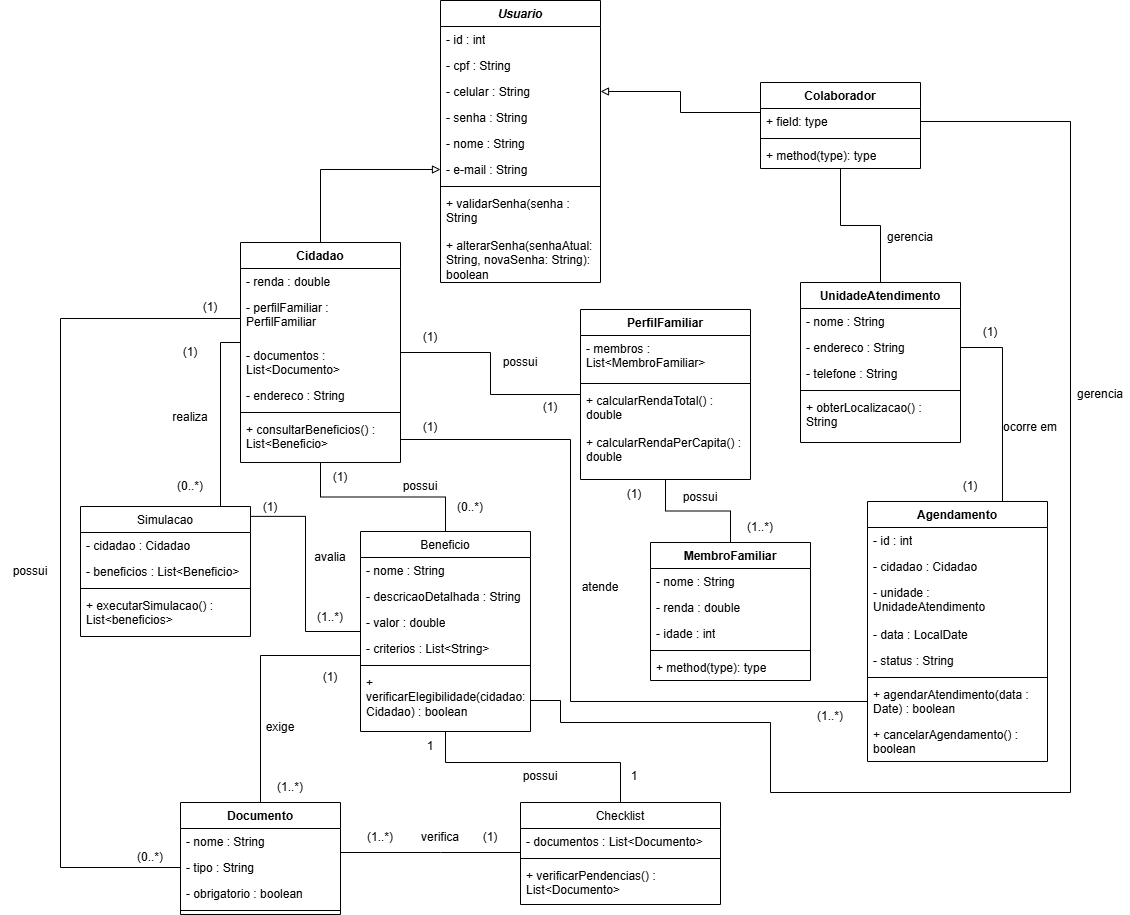
ICEI-PUC-Minas-PMV-SI/pmv-si-2026-1-pe3-t2-guiacidadao keeps this draw.io diagram as docs/imagens/diagramas/diagrama_de_classes.png. Above is the earlier version. Source tidied: cells renumbered, new cells last; positions are measured from the earlier drawing's top-left corner, leaving out a move shared by most shapes.
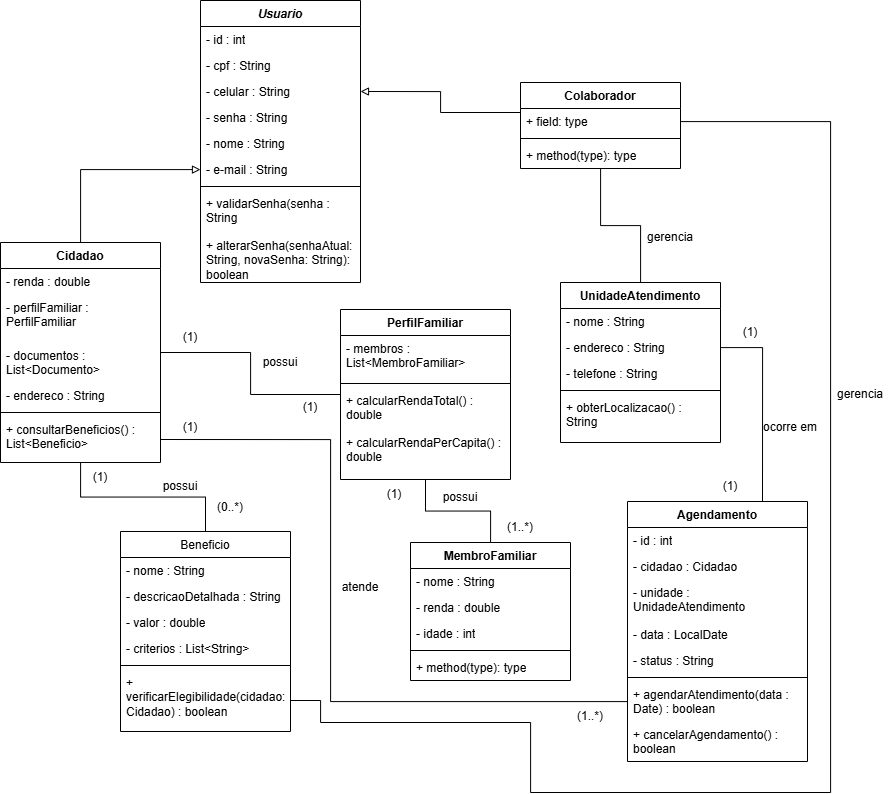
After the change.

Commit message:
docs: atualizar diagrama de classes

The edit, as a diff of the source:
```diff
@@ -32,19 +32,9 @@
     <mxCell id="11" value="+ alterarSenha(senhaAtual: String, novaSenha: String): boolean" style="text;strokeColor=none;fillColor=none;align=left;verticalAlign=top;spacingLeft=4;spacingRight=4;overflow=hidden;whiteSpace=wrap;html=1;" parent="2" vertex="1">
       <mxGeometry y="232" width="160" height="50" as="geometry" />
     </mxCell>
-    <mxCell id="12" style="edgeStyle=orthogonalEdgeStyle;rounded=0;jettySize=auto;html=1;entryX=0.5;entryY=0;entryDx=0;entryDy=0;endArrow=none;endFill=0;" parent="1" edge="1" source="17" target="65">
-      <mxGeometry relative="1" as="geometry">
-        <Array as="points">
-          <mxPoint x="220" y="342" />
-        </Array>
-      </mxGeometry>
-    </mxCell>
     <mxCell id="13" style="edgeStyle=orthogonalEdgeStyle;rounded=0;jettySize=auto;html=1;endArrow=none;endFill=0;" parent="1" edge="1" source="17" target="30">
       <mxGeometry relative="1" as="geometry" />
     </mxCell>
-    <mxCell id="14" style="edgeStyle=orthogonalEdgeStyle;rounded=0;jettySize=auto;html=1;startArrow=none;startFill=0;endArrow=none;endFill=0;exitX=0.997;exitY=0.076;exitDx=0;exitDy=0;exitPerimeter=0;" parent="1" edge="1" source="65" target="42">
-      <mxGeometry relative="1" as="geometry" />
-    </mxCell>
     <mxCell id="15" style="edgeStyle=orthogonalEdgeStyle;rounded=0;jettySize=auto;html=1;endArrow=none;endFill=0;" parent="1" edge="1" source="17" target="42">
       <mxGeometry relative="1" as="geometry" />
     </mxCell>
@@ -128,14 +118,6 @@
     <mxCell id="40" value="+ method(type): type" style="text;strokeColor=none;fillColor=none;align=left;verticalAlign=top;spacingLeft=4;spacingRight=4;overflow=hidden;whiteSpace=wrap;html=1;" parent="35" vertex="1">
       <mxGeometry y="112" width="160" height="26" as="geometry" />
     </mxCell>
-    <mxCell id="41" style="edgeStyle=orthogonalEdgeStyle;rounded=0;jettySize=auto;html=1;endArrow=none;endFill=0;" parent="1" edge="1" source="42" target="55">
-      <mxGeometry relative="1" as="geometry">
-        <Array as="points">
-          <mxPoint x="440" y="655" />
-          <mxPoint x="380" y="655" />
-        </Array>
-      </mxGeometry>
-    </mxCell>
     <mxCell id="42" value="&lt;span style=&quot;font-weight: 400;&quot;&gt;Beneficio&lt;/span&gt;" style="swimlane;fontStyle=1;align=center;verticalAlign=top;horizontal=1;startSize=26;whiteSpace=wrap;html=1;" parent="1" vertex="1">
       <mxGeometry x="360" y="531" width="170" height="200" as="geometry" />
     </mxCell>
@@ -175,56 +157,6 @@
     <mxCell id="54" value="+ obterLocalizacao() : String" style="text;strokeColor=none;fillColor=none;align=left;verticalAlign=top;spacingLeft=4;spacingRight=4;overflow=hidden;whiteSpace=wrap;html=1;" parent="49" vertex="1">
       <mxGeometry y="112" width="160" height="48" as="geometry" />
     </mxCell>
-    <mxCell id="55" value="Documento" style="swimlane;fontStyle=1;align=center;verticalAlign=top;horizontal=1;startSize=26;whiteSpace=wrap;html=1;" parent="1" vertex="1">
-      <mxGeometry x="180" y="802" width="160" height="112" as="geometry" />
-    </mxCell>
-    <mxCell id="56" value="- nome : String" style="text;strokeColor=none;fillColor=none;align=left;verticalAlign=top;spacingLeft=4;spacingRight=4;overflow=hidden;whiteSpace=wrap;html=1;" parent="55" vertex="1">
-      <mxGeometry y="26" width="160" height="26" as="geometry" />
-    </mxCell>
-    <mxCell id="57" value="- tipo : String" style="text;strokeColor=none;fillColor=none;align=left;verticalAlign=top;spacingLeft=4;spacingRight=4;overflow=hidden;points=[[0,0.5],[1,0.5]];portConstraint=eastwest;whiteSpace=wrap;html=1;" parent="55" vertex="1">
-      <mxGeometry y="52" width="160" height="26" as="geometry" />
-    </mxCell>
-    <mxCell id="58" value="- obrigatorio : boolean" style="text;strokeColor=none;fillColor=none;align=left;verticalAlign=top;spacingLeft=4;spacingRight=4;overflow=hidden;whiteSpace=wrap;html=1;" parent="55" vertex="1">
-      <mxGeometry y="78" width="160" height="26" as="geometry" />
-    </mxCell>
-    <mxCell id="59" style="line;strokeWidth=1;fillColor=none;align=left;verticalAlign=middle;spacingTop=-1;spacingLeft=3;spacingRight=3;labelPosition=right;strokeColor=inherit;" parent="55" vertex="1">
-      <mxGeometry y="104" width="160" height="8" as="geometry" />
-    </mxCell>
-    <mxCell id="60" style="edgeStyle=orthogonalEdgeStyle;rounded=0;jettySize=auto;html=1;endArrow=none;endFill=0;" parent="1" edge="1" source="61" target="55">
-      <mxGeometry relative="1" as="geometry">
-        <Array as="points">
-          <mxPoint x="440" y="852" />
-          <mxPoint x="440" y="852" />
-        </Array>
-      </mxGeometry>
-    </mxCell>
-    <mxCell id="61" value="&lt;span style=&quot;font-weight: 400;&quot;&gt;Checklist&lt;/span&gt;" style="swimlane;fontStyle=1;align=center;verticalAlign=top;horizontal=1;startSize=26;whiteSpace=wrap;html=1;" parent="1" vertex="1">
-      <mxGeometry x="520" y="802" width="200" height="102" as="geometry" />
-    </mxCell>
-    <mxCell id="62" value="- documentos : List&amp;lt;Documento&amp;gt;" style="text;strokeColor=none;fillColor=none;align=left;verticalAlign=top;spacingLeft=4;spacingRight=4;overflow=hidden;whiteSpace=wrap;html=1;" parent="61" vertex="1">
-      <mxGeometry y="26" width="200" height="26" as="geometry" />
-    </mxCell>
-    <mxCell id="63" style="line;strokeWidth=1;fillColor=none;align=left;verticalAlign=middle;spacingTop=-1;spacingLeft=3;spacingRight=3;labelPosition=right;strokeColor=inherit;" parent="61" vertex="1">
-      <mxGeometry y="52" width="200" height="8" as="geometry" />
-    </mxCell>
-    <mxCell id="64" value="+ verificarPendencias() : List&amp;lt;Documento&amp;gt;" style="text;strokeColor=none;fillColor=none;align=left;verticalAlign=top;spacingLeft=4;spacingRight=4;overflow=hidden;whiteSpace=wrap;html=1;" parent="61" vertex="1">
-      <mxGeometry y="60" width="200" height="42" as="geometry" />
-    </mxCell>
-    <mxCell id="65" value="&lt;span style=&quot;font-weight: 400;&quot;&gt;Simulacao&lt;/span&gt;" style="swimlane;fontStyle=1;align=center;verticalAlign=top;horizontal=1;startSize=26;whiteSpace=wrap;html=1;" parent="1" vertex="1">
-      <mxGeometry x="80" y="506" width="170" height="130" as="geometry" />
-    </mxCell>
-    <mxCell id="66" value="- cidadao : Cidadao" style="text;strokeColor=none;fillColor=none;align=left;verticalAlign=top;spacingLeft=4;spacingRight=4;overflow=hidden;whiteSpace=wrap;html=1;" parent="65" vertex="1">
-      <mxGeometry y="26" width="170" height="26" as="geometry" />
-    </mxCell>
-    <mxCell id="67" value="- beneficios : List&amp;lt;Beneficio&amp;gt;" style="text;strokeColor=none;fillColor=none;align=left;verticalAlign=top;spacingLeft=4;spacingRight=4;overflow=hidden;whiteSpace=wrap;html=1;" parent="65" vertex="1">
-      <mxGeometry y="52" width="170" height="26" as="geometry" />
-    </mxCell>
-    <mxCell id="68" style="line;strokeWidth=1;fillColor=none;align=left;verticalAlign=middle;spacingTop=-1;spacingLeft=3;spacingRight=3;labelPosition=right;strokeColor=inherit;" parent="65" vertex="1">
-      <mxGeometry y="78" width="170" height="8" as="geometry" />
-    </mxCell>
-    <mxCell id="69" value="+ executarSimulacao() : List&amp;lt;beneficios&amp;gt;" style="text;strokeColor=none;fillColor=none;align=left;verticalAlign=top;spacingLeft=4;spacingRight=4;overflow=hidden;whiteSpace=wrap;html=1;" parent="65" vertex="1">
-      <mxGeometry y="86" width="170" height="44" as="geometry" />
-    </mxCell>
     <mxCell id="70" value="Agendamento" style="swimlane;fontStyle=1;align=center;verticalAlign=top;horizontal=1;startSize=26;whiteSpace=wrap;html=1;" parent="1" vertex="1">
       <mxGeometry x="867" y="501" width="180" height="260" as="geometry" />
     </mxCell>
@@ -255,32 +187,9 @@
     <mxCell id="79" style="edgeStyle=orthogonalEdgeStyle;rounded=0;jettySize=auto;html=1;endArrow=none;endFill=0;" parent="1" edge="1" source="25" target="49">
       <mxGeometry relative="1" as="geometry" />
     </mxCell>
-    <mxCell id="80" style="edgeStyle=orthogonalEdgeStyle;rounded=0;jettySize=auto;html=1;endArrow=none;endFill=0;" parent="1" edge="1" source="48" target="61">
-      <mxGeometry relative="1" as="geometry">
-        <Array as="points">
-          <mxPoint x="445" y="762" />
-          <mxPoint x="620" y="762" />
-        </Array>
-      </mxGeometry>
-    </mxCell>
     <mxCell id="81" style="edgeStyle=orthogonalEdgeStyle;rounded=0;jettySize=auto;html=1;entryX=0.75;entryY=0;entryDx=0;entryDy=0;endArrow=none;endFill=0;" parent="1" edge="1" source="51" target="70">
       <mxGeometry relative="1" as="geometry" />
     </mxCell>
-    <mxCell id="82" value="(0..*)" style="text;html=1;whiteSpace=wrap;strokeColor=none;fillColor=none;align=center;verticalAlign=middle;rounded=0;" parent="1" vertex="1">
-      <mxGeometry x="160" y="471" width="60" height="30" as="geometry" />
-    </mxCell>
-    <mxCell id="83" value="(1)" style="text;html=1;whiteSpace=wrap;strokeColor=none;fillColor=none;align=center;verticalAlign=middle;rounded=0;" parent="1" vertex="1">
-      <mxGeometry x="160" y="337" width="60" height="30" as="geometry" />
-    </mxCell>
-    <mxCell id="84" value="possui" style="text;html=1;whiteSpace=wrap;strokeColor=none;fillColor=none;align=center;verticalAlign=middle;rounded=0;" parent="1" vertex="1">
-      <mxGeometry y="556" width="60" height="30" as="geometry" />
-    </mxCell>
-    <mxCell id="85" value="(0..*)" style="text;html=1;whiteSpace=wrap;strokeColor=none;fillColor=none;align=center;verticalAlign=middle;rounded=0;" parent="1" vertex="1">
-      <mxGeometry x="120" y="842" width="60" height="30" as="geometry" />
-    </mxCell>
-    <mxCell id="86" value="(1)" style="text;html=1;whiteSpace=wrap;strokeColor=none;fillColor=none;align=center;verticalAlign=middle;rounded=0;" parent="1" vertex="1">
-      <mxGeometry x="180" y="292" width="60" height="30" as="geometry" />
-    </mxCell>
     <mxCell id="87" value="possui" style="text;html=1;whiteSpace=wrap;strokeColor=none;fillColor=none;align=center;verticalAlign=middle;rounded=0;" parent="1" vertex="1">
       <mxGeometry x="670" y="482" width="60" height="30" as="geometry" />
     </mxCell>
@@ -299,17 +208,6 @@
     <mxCell id="92" value="(1)" style="text;html=1;whiteSpace=wrap;strokeColor=none;fillColor=none;align=center;verticalAlign=middle;rounded=0;" parent="1" vertex="1">
       <mxGeometry x="400" y="322" width="60" height="30" as="geometry" />
     </mxCell>
-    <mxCell id="93" style="edgeStyle=orthogonalEdgeStyle;rounded=0;jettySize=auto;html=1;entryX=0;entryY=0.5;entryDx=0;entryDy=0;endArrow=none;endFill=0;" parent="1" edge="1" source="19" target="57">
-      <mxGeometry relative="1" as="geometry">
-        <Array as="points">
-          <mxPoint x="60" y="318" />
-          <mxPoint x="60" y="867" />
-        </Array>
-      </mxGeometry>
-    </mxCell>
-    <mxCell id="94" value="realiza" style="text;html=1;whiteSpace=wrap;strokeColor=none;fillColor=none;align=center;verticalAlign=middle;rounded=0;" parent="1" vertex="1">
-      <mxGeometry x="160" y="402" width="60" height="30" as="geometry" />
-    </mxCell>
     <mxCell id="95" value="ocorre em" style="text;html=1;whiteSpace=wrap;strokeColor=none;fillColor=none;align=center;verticalAlign=middle;rounded=0;" parent="1" vertex="1">
       <mxGeometry x="1000" y="412" width="60" height="30" as="geometry" />
     </mxCell>
@@ -328,33 +226,6 @@
     <mxCell id="100" value="(1)" style="text;html=1;whiteSpace=wrap;strokeColor=none;fillColor=none;align=center;verticalAlign=middle;rounded=0;" parent="1" vertex="1">
       <mxGeometry x="400" y="412" width="60" height="30" as="geometry" />
     </mxCell>
-    <mxCell id="101" value="verifica" style="text;html=1;whiteSpace=wrap;strokeColor=none;fillColor=none;align=center;verticalAlign=middle;rounded=0;" parent="1" vertex="1">
-      <mxGeometry x="410" y="822" width="60" height="30" as="geometry" />
-    </mxCell>
-    <mxCell id="102" value="(1..*)" style="text;html=1;whiteSpace=wrap;strokeColor=none;fillColor=none;align=center;verticalAlign=middle;rounded=0;" parent="1" vertex="1">
-      <mxGeometry x="350" y="822" width="60" height="30" as="geometry" />
-    </mxCell>
-    <mxCell id="103" value="(1)" style="text;html=1;whiteSpace=wrap;strokeColor=none;fillColor=none;align=center;verticalAlign=middle;rounded=0;" parent="1" vertex="1">
-      <mxGeometry x="460" y="822" width="60" height="30" as="geometry" />
-    </mxCell>
-    <mxCell id="104" value="exige" style="text;html=1;whiteSpace=wrap;strokeColor=none;fillColor=none;align=center;verticalAlign=middle;rounded=0;" parent="1" vertex="1">
-      <mxGeometry x="250" y="712" width="60" height="30" as="geometry" />
-    </mxCell>
-    <mxCell id="105" value="(1..*)" style="text;html=1;whiteSpace=wrap;strokeColor=none;fillColor=none;align=center;verticalAlign=middle;rounded=0;" parent="1" vertex="1">
-      <mxGeometry x="260" y="772" width="60" height="30" as="geometry" />
-    </mxCell>
-    <mxCell id="106" value="(1)" style="text;html=1;whiteSpace=wrap;strokeColor=none;fillColor=none;align=center;verticalAlign=middle;rounded=0;" parent="1" vertex="1">
-      <mxGeometry x="300" y="662" width="60" height="30" as="geometry" />
-    </mxCell>
-    <mxCell id="107" value="avalia" style="text;html=1;whiteSpace=wrap;strokeColor=none;fillColor=none;align=center;verticalAlign=middle;rounded=0;" parent="1" vertex="1">
-      <mxGeometry x="300" y="542" width="60" height="30" as="geometry" />
-    </mxCell>
-    <mxCell id="108" value="(1..*)" style="text;html=1;whiteSpace=wrap;strokeColor=none;fillColor=none;align=center;verticalAlign=middle;rounded=0;" parent="1" vertex="1">
-      <mxGeometry x="300" y="602" width="60" height="30" as="geometry" />
-    </mxCell>
-    <mxCell id="109" value="(1)" style="text;html=1;whiteSpace=wrap;strokeColor=none;fillColor=none;align=center;verticalAlign=middle;rounded=0;" parent="1" vertex="1">
-      <mxGeometry x="240" y="492" width="60" height="30" as="geometry" />
-    </mxCell>
     <mxCell id="110" value="possui" style="text;html=1;whiteSpace=wrap;strokeColor=none;fillColor=none;align=center;verticalAlign=middle;rounded=0;" parent="1" vertex="1">
       <mxGeometry x="390" y="471" width="60" height="30" as="geometry" />
     </mxCell>
@@ -375,15 +246,6 @@
     <mxCell id="114" value="gerencia" style="text;html=1;whiteSpace=wrap;strokeColor=none;fillColor=none;align=center;verticalAlign=middle;rounded=0;" parent="1" vertex="1">
       <mxGeometry x="880" y="222" width="60" height="30" as="geometry" />
     </mxCell>
-    <mxCell id="115" value="1" style="text;html=1;whiteSpace=wrap;strokeColor=none;fillColor=none;align=center;verticalAlign=middle;rounded=0;" parent="1" vertex="1">
-      <mxGeometry x="400" y="731" width="60" height="30" as="geometry" />
-    </mxCell>
-    <mxCell id="116" value="1" style="text;html=1;whiteSpace=wrap;strokeColor=none;fillColor=none;align=center;verticalAlign=middle;rounded=0;" parent="1" vertex="1">
-      <mxGeometry x="604" y="761" width="60" height="30" as="geometry" />
-    </mxCell>
-    <mxCell id="117" value="possui" style="text;html=1;whiteSpace=wrap;strokeColor=none;fillColor=none;align=center;verticalAlign=middle;rounded=0;" parent="1" vertex="1">
-      <mxGeometry x="510" y="761" width="60" height="30" as="geometry" />
-    </mxCell>
     <mxCell id="118" style="edgeStyle=orthogonalEdgeStyle;rounded=0;jettySize=auto;html=1;entryX=1;entryY=0.5;entryDx=0;entryDy=0;endArrow=none;endFill=0;" parent="1" edge="1" source="26" target="48">
       <mxGeometry relative="1" as="geometry">
         <Array as="points">
```
